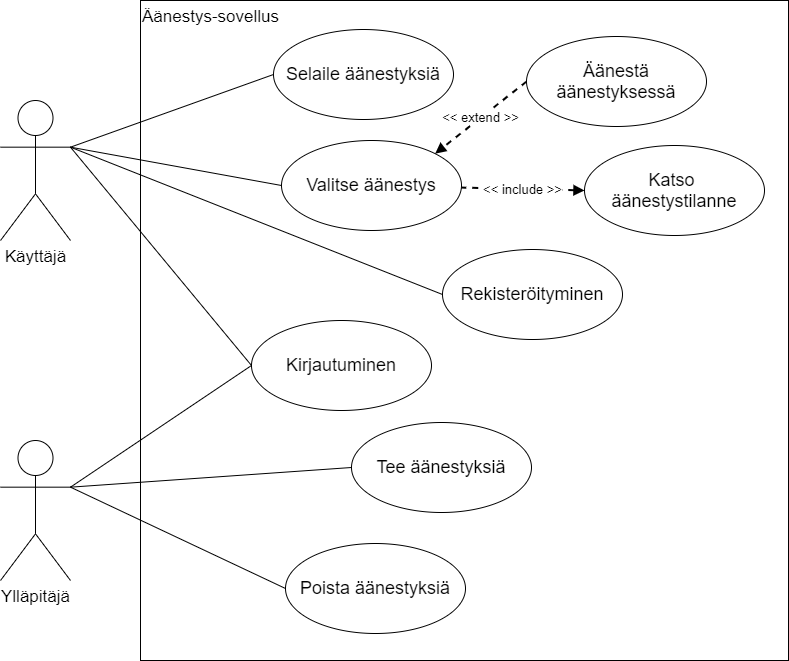
Earlier version of the draw.io export plan/Use Case -kaavio.png (JojoSnow/Aanestys-sovellus). Source tidied: cells renumbered, new cells last; positions are measured from the earlier drawing's top-left corner, leaving out a move shared by most shapes.
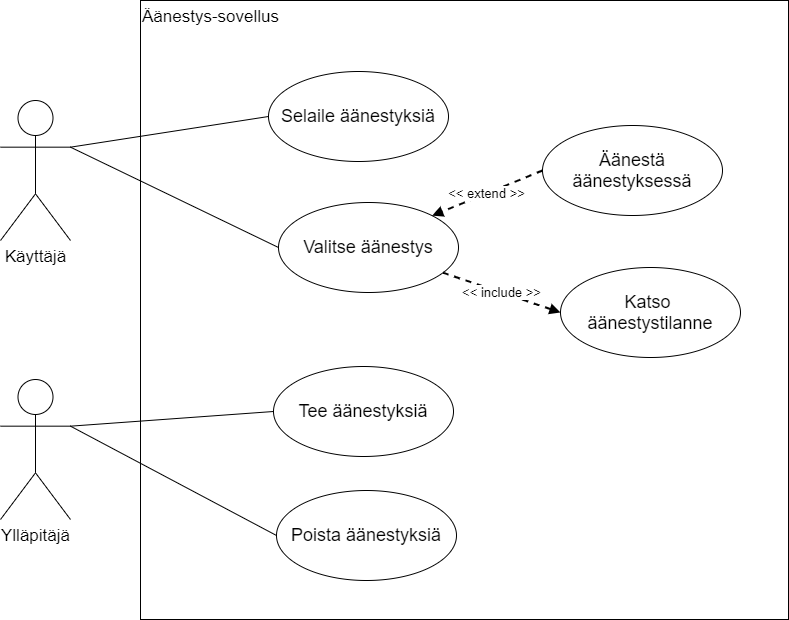
Later version of the same file.

Diff of the diagram source:
```diff
@@ -6,61 +6,46 @@
       <mxGeometry y="100" width="70" height="140" as="geometry" />
     </mxCell>
     <mxCell id="3" value="Äänestys-sovellus" style="rounded=0;whiteSpace=wrap;html=1;fillColor=none;align=left;verticalAlign=top;fontSize=17;" parent="1" vertex="1">
-      <mxGeometry x="140" width="648" height="660" as="geometry" />
+      <mxGeometry x="140" width="648" height="619" as="geometry" />
     </mxCell>
     <mxCell id="4" style="rounded=0;jettySize=auto;html=1;exitX=0;exitY=0.5;exitDx=0;exitDy=0;entryX=1;entryY=0.3333333333333333;entryDx=0;entryDy=0;entryPerimeter=0;fontSize=17;endArrow=none;endFill=0;" parent="1" edge="1" source="5" target="2">
       <mxGeometry relative="1" as="geometry" />
     </mxCell>
     <mxCell id="5" value="Selaile äänestyksiä" style="ellipse;whiteSpace=wrap;html=1;fontSize=18;fillColor=default;" parent="1" vertex="1">
-      <mxGeometry x="273" y="29" width="180" height="90" as="geometry" />
+      <mxGeometry x="268" y="71" width="180" height="90" as="geometry" />
     </mxCell>
     <mxCell id="6" style="edgeStyle=none;rounded=0;jettySize=auto;html=1;exitX=0;exitY=0.5;exitDx=0;exitDy=0;entryX=1;entryY=0.3333333333333333;entryDx=0;entryDy=0;entryPerimeter=0;fontSize=17;endArrow=none;endFill=0;" parent="1" edge="1" source="7" target="2">
       <mxGeometry relative="1" as="geometry" />
     </mxCell>
     <mxCell id="7" value="Valitse äänestys" style="ellipse;whiteSpace=wrap;html=1;fontSize=18;fillColor=default;" parent="1" vertex="1">
-      <mxGeometry x="281" y="140" width="180" height="90" as="geometry" />
+      <mxGeometry x="278" y="202" width="180" height="90" as="geometry" />
     </mxCell>
     <mxCell id="8" value="&amp;lt;&amp;lt; include &amp;gt;&amp;gt;" style="edgeStyle=none;rounded=0;jettySize=auto;html=1;exitX=0;exitY=0.5;exitDx=0;exitDy=0;fontSize=13;endArrow=none;endFill=0;dashed=1;strokeWidth=2;startArrow=block;startFill=1;" parent="1" edge="1" source="9" target="7">
       <mxGeometry relative="1" as="geometry" />
     </mxCell>
     <mxCell id="9" value="Katso&amp;nbsp; äänestystilanne" style="ellipse;whiteSpace=wrap;html=1;fontSize=18;fillColor=default;" parent="1" vertex="1">
-      <mxGeometry x="584" y="145" width="180" height="90" as="geometry" />
+      <mxGeometry x="560" y="267" width="180" height="90" as="geometry" />
     </mxCell>
     <mxCell id="10" value="&amp;lt;&amp;lt; extend &amp;gt;&amp;gt;" style="edgeStyle=none;rounded=0;jettySize=auto;html=1;exitX=0;exitY=0.5;exitDx=0;exitDy=0;fontSize=13;endArrow=block;endFill=1;dashed=1;strokeWidth=2;startArrow=none;startFill=0;entryX=1;entryY=0;entryDx=0;entryDy=0;" parent="1" edge="1" source="11" target="7">
       <mxGeometry relative="1" as="geometry" />
     </mxCell>
     <mxCell id="11" value="Äänestä äänestyksessä" style="ellipse;whiteSpace=wrap;html=1;fontSize=18;fillColor=default;" parent="1" vertex="1">
-      <mxGeometry x="526" y="36" width="180" height="90" as="geometry" />
+      <mxGeometry x="542" y="125" width="180" height="90" as="geometry" />
     </mxCell>
-    <mxCell id="12" style="edgeStyle=none;rounded=0;jettySize=auto;html=1;exitX=1;exitY=0.3333333333333333;exitDx=0;exitDy=0;exitPerimeter=0;entryX=0;entryY=0.5;entryDx=0;entryDy=0;endArrow=none;endFill=0;" parent="1" edge="1" source="13" target="19">
-      <mxGeometry relative="1" as="geometry" />
-    </mxCell>
     <mxCell id="13" value="Ylläpitäjä" style="shape=umlActor;verticalLabelPosition=bottom;verticalAlign=top;html=1;fontSize=17;" parent="1" vertex="1">
-      <mxGeometry y="440" width="70" height="140" as="geometry" />
+      <mxGeometry y="379" width="70" height="140" as="geometry" />
     </mxCell>
     <mxCell id="14" style="edgeStyle=none;rounded=0;jettySize=auto;html=1;exitX=0;exitY=0.5;exitDx=0;exitDy=0;entryX=1;entryY=0.3333333333333333;entryDx=0;entryDy=0;entryPerimeter=0;fontSize=17;endArrow=none;endFill=0;" parent="1" edge="1" source="15" target="13">
       <mxGeometry relative="1" as="geometry" />
     </mxCell>
     <mxCell id="15" value="Tee äänestyksiä" style="ellipse;whiteSpace=wrap;html=1;fontSize=18;fillColor=default;" parent="1" vertex="1">
-      <mxGeometry x="351" y="422" width="180" height="90" as="geometry" />
+      <mxGeometry x="273" y="366" width="180" height="90" as="geometry" />
     </mxCell>
     <mxCell id="16" style="edgeStyle=none;rounded=0;jettySize=auto;html=1;exitX=0;exitY=0.5;exitDx=0;exitDy=0;entryX=1;entryY=0.3333333333333333;entryDx=0;entryDy=0;entryPerimeter=0;fontSize=17;endArrow=none;endFill=0;" parent="1" edge="1" source="17" target="13">
       <mxGeometry relative="1" as="geometry" />
     </mxCell>
     <mxCell id="17" value="Poista äänestyksiä" style="ellipse;whiteSpace=wrap;html=1;fontSize=18;fillColor=default;" parent="1" vertex="1">
-      <mxGeometry x="285" y="543" width="180" height="90" as="geometry" />
+      <mxGeometry x="276" y="490" width="180" height="90" as="geometry" />
     </mxCell>
-    <mxCell id="18" style="edgeStyle=none;rounded=0;jettySize=auto;html=1;exitX=0;exitY=0.5;exitDx=0;exitDy=0;entryX=1;entryY=0.3333333333333333;entryDx=0;entryDy=0;entryPerimeter=0;endArrow=none;endFill=0;" parent="1" edge="1" source="19" target="2">
-      <mxGeometry relative="1" as="geometry" />
-    </mxCell>
-    <mxCell id="19" value="Kirjautuminen" style="ellipse;whiteSpace=wrap;html=1;fontSize=18;fillColor=default;" parent="1" vertex="1">
-      <mxGeometry x="251" y="320" width="180" height="90" as="geometry" />
-    </mxCell>
-    <mxCell id="20" style="rounded=0;jettySize=auto;html=1;exitX=0;exitY=0.5;exitDx=0;exitDy=0;entryX=1;entryY=0.3333333333333333;entryDx=0;entryDy=0;entryPerimeter=0;endArrow=none;endFill=0;" parent="1" edge="1" source="21" target="2">
-      <mxGeometry relative="1" as="geometry" />
-    </mxCell>
-    <mxCell id="21" value="Rekisteröityminen" style="ellipse;whiteSpace=wrap;html=1;fontSize=18;fillColor=default;" parent="1" vertex="1">
-      <mxGeometry x="442" y="249" width="180" height="90" as="geometry" />
-    </mxCell>
   </root>
 </mxGraphModel>
```
